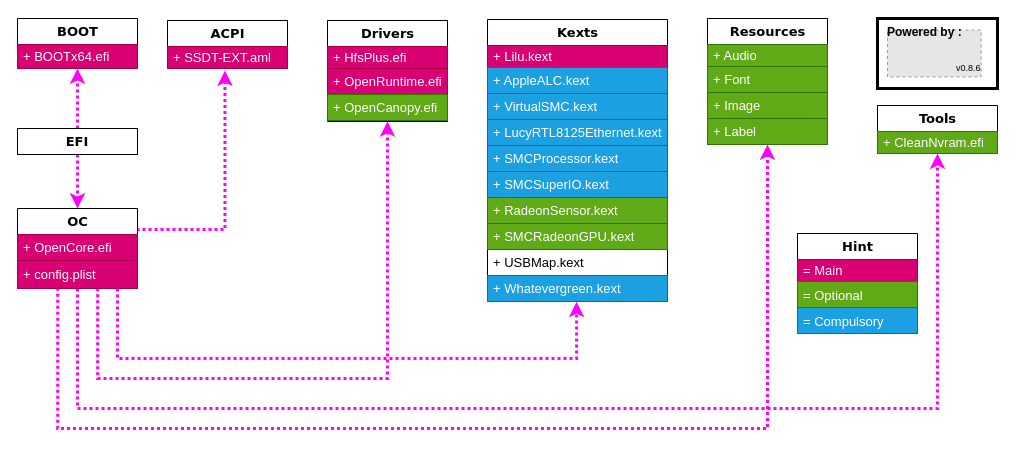
iamyounix/msimagb460_tomahawk keeps this draw.io diagram as OpenCore.drawio. Above is the earlier version. Source tidied: cells renumbered, new cells numbered last; positions are measured from the earlier drawing's top-left corner, leaving out a move shared by most shapes. Both pictures are drawn from the tidied source at 100%, with x=0, y=0 at pixel (17, 17). Pictures stored in the file or linked from it are replaced by grey dashed boxes.
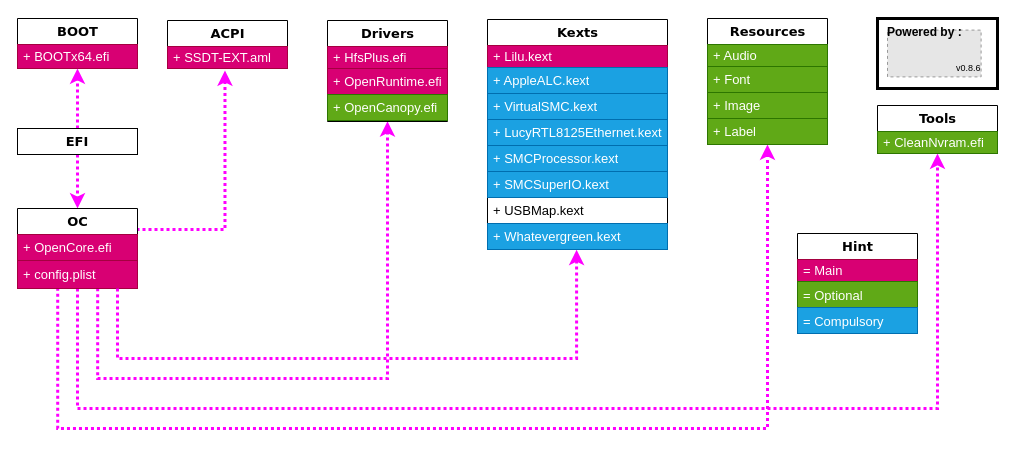
After the change.

What changed in the source:
```diff
@@
     <mxCell id="21" value="Kexts" style="swimlane;html=1;fontStyle=1;align=center;verticalAlign=middle;horizontal=1;startSize=26;swimlaneFillColor=#ffffff;rounded=0;shadow=0;comic=0;labelBackgroundColor=none;strokeWidth=1;fontFamily=Verdana;fontSize=13;" parent="1" vertex="1">
-      <mxGeometry x="470" y="2" width="180" height="282" as="geometry" />
+      <mxGeometry x="470" y="2" width="180" height="230" as="geometry" />
     </mxCell>
@@
-    <mxCell id="28" value="+ RadeonSensor.kext" style="text;html=1;strokeColor=#2D7600;fillColor=#60a917;align=left;verticalAlign=middle;spacingLeft=4;spacingRight=4;whiteSpace=wrap;overflow=hidden;fontSize=13;fontColor=#ffffff;" parent="21" vertex="1">
-      <mxGeometry y="178" width="180" height="26" as="geometry" />
-    </mxCell>
-    <mxCell id="29" value="+ SMCRadeonGPU.kext" style="text;html=1;strokeColor=#2D7600;fillColor=#60a917;align=left;verticalAlign=middle;spacingLeft=4;spacingRight=4;whiteSpace=wrap;overflow=hidden;fontSize=13;fontColor=#ffffff;" parent="21" vertex="1">
-      <mxGeometry y="204" width="180" height="26" as="geometry" />
-    </mxCell>
     <mxCell id="30" value="+ USBMap.kext" style="text;html=1;strokeColor=none;fillColor=none;align=left;verticalAlign=middle;spacingLeft=4;spacingRight=4;whiteSpace=wrap;overflow=hidden;fontSize=13;" parent="21" vertex="1">
-      <mxGeometry y="230" width="180" height="26" as="geometry" />
+      <mxGeometry y="178" width="180" height="26" as="geometry" />
     </mxCell>
     <mxCell id="31" value="+ Whatevergreen.kext" style="text;html=1;strokeColor=#006EAF;fillColor=#1ba1e2;align=left;verticalAlign=middle;spacingLeft=4;spacingRight=4;whiteSpace=wrap;overflow=hidden;points=[[0,0.5],[1,0.5]];portConstraint=eastwest;fontSize=13;fontColor=#ffffff;" parent="21" vertex="1">
-      <mxGeometry y="256" width="180" height="26" as="geometry" />
+      <mxGeometry y="204" width="180" height="26" as="geometry" />
     </mxCell>
```
